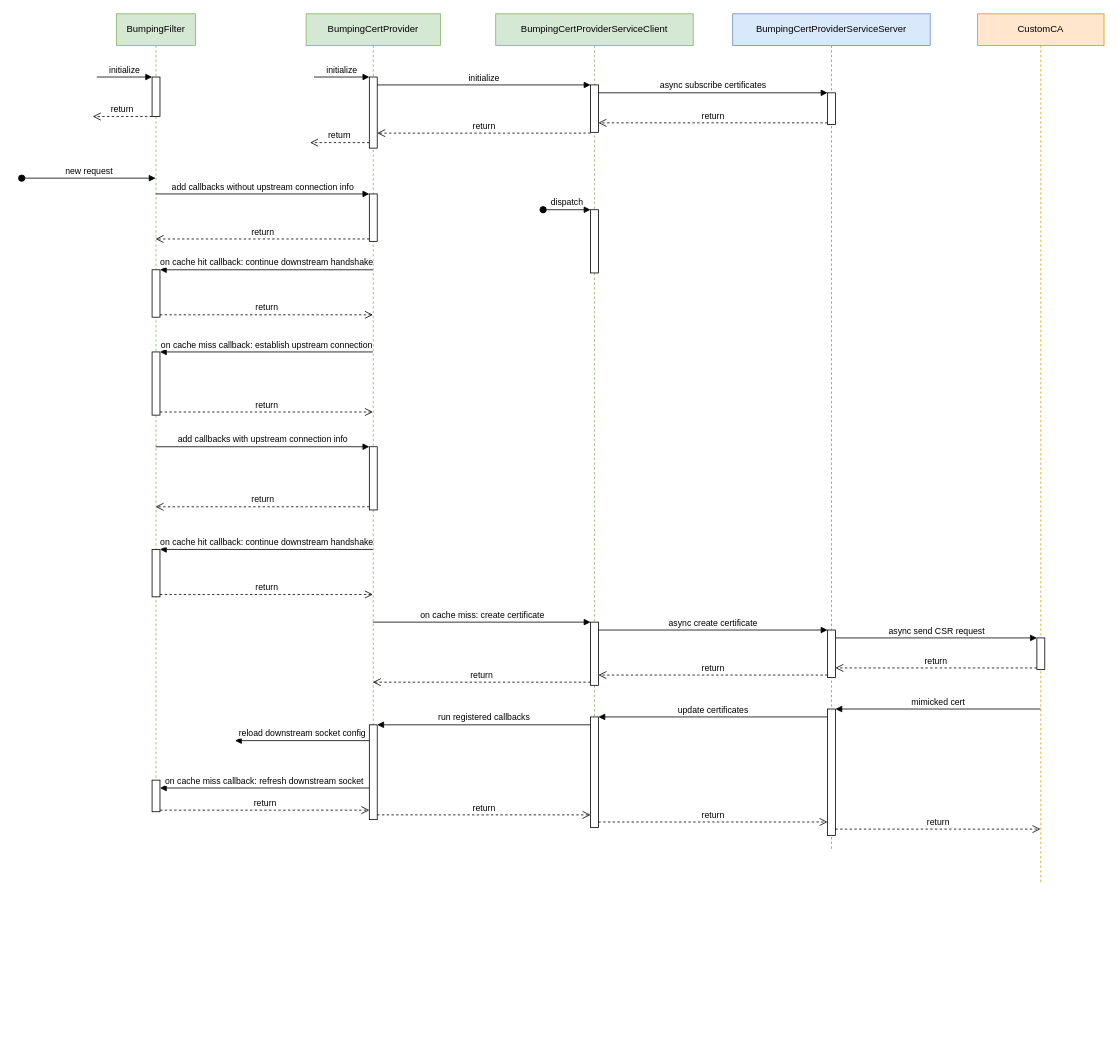
This is bumping cert external provider.drawio from LuyaoZhong/Figures, a draw.io file, before an edit. Source tidied: cells renumbered, new cells numbered last; positions are measured from the earlier drawing's top-left corner, leaving out a move shared by most shapes. Both pictures are drawn from the tidied source at 79%, with x=0, y=0 at pixel (21, 13).
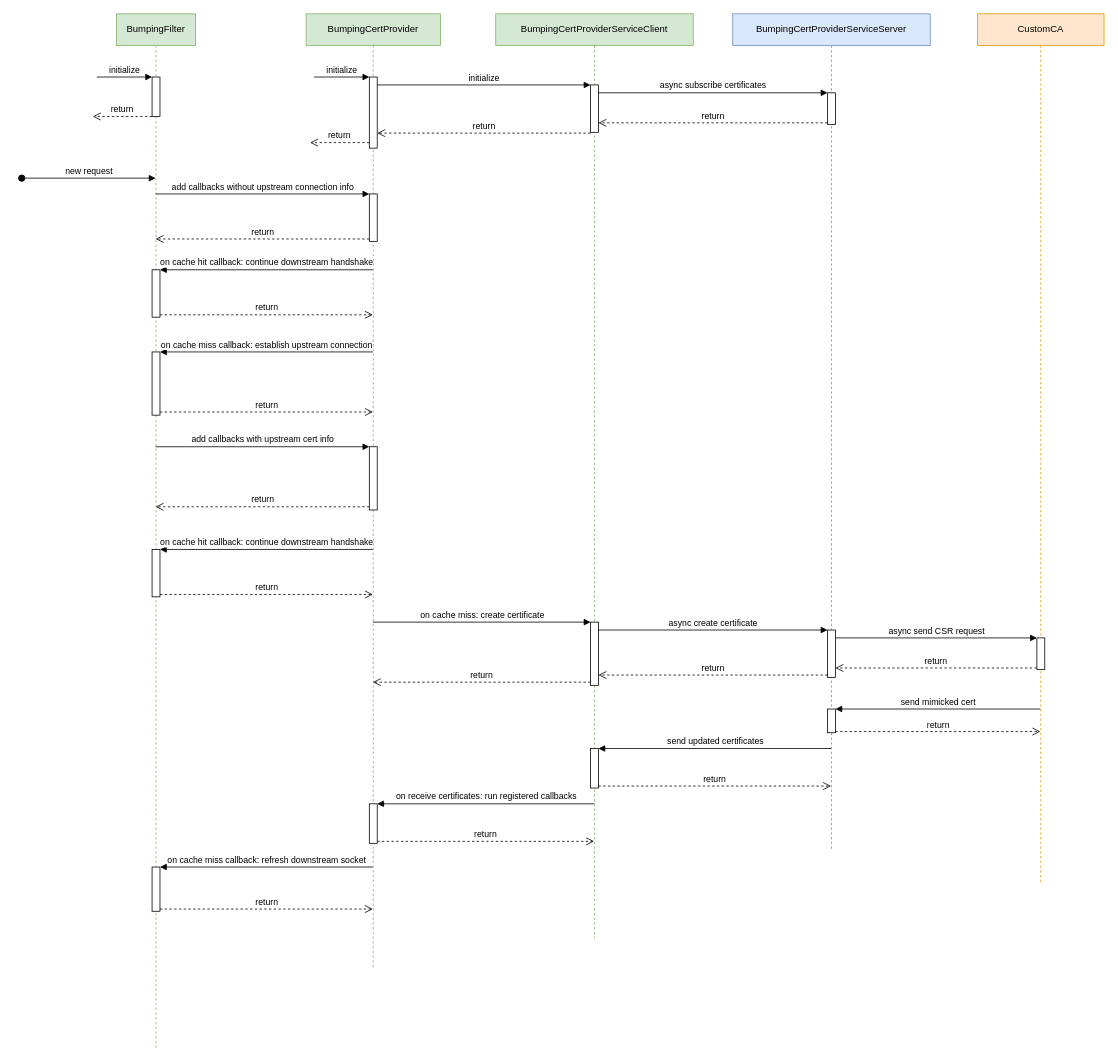
After the change.

The change refers to these unchanged cells:
```xml
<mxCell id="13" style="html=1;points=[];perimeter=orthogonalPerimeter;" parent="11" vertex="1">
  <mxGeometry x="80" y="548" width="10" height="80" as="geometry" />
</mxCell>
<mxCell id="25" value="BumpingCertProviderServiceServer" style="shape=umlLifeline;perimeter=lifelinePerimeter;whiteSpace=wrap;html=1;outlineConnect=0;fillColor=#dae8fc;strokeColor=#6c8ebf;" parent="1" vertex="1">
  <mxGeometry x="900" width="250" height="1060" as="geometry" />
</mxCell>
<mxCell id="29" value="CustomCA" style="shape=umlLifeline;perimeter=lifelinePerimeter;whiteSpace=wrap;html=1;outlineConnect=0;fillColor=#ffe6cc;strokeColor=#d79b00;" parent="1" vertex="1">
  <mxGeometry x="1210" width="160" height="1100" as="geometry" />
</mxCell>
```

Diff of the diagram source:
```diff
@@
     <mxCell id="2" value="BumpingFilter" style="shape=umlLifeline;perimeter=lifelinePerimeter;whiteSpace=wrap;html=1;fillColor=#d5e8d4;strokeColor=#82b366;" parent="1" vertex="1">
-      <mxGeometry x="120" width="100" height="1010" as="geometry" />
+      <mxGeometry x="120" width="100" height="1310" as="geometry" />
     </mxCell>
@@
     <mxCell id="10" style="html=1;points=[];perimeter=orthogonalPerimeter;" parent="2" vertex="1">
-      <mxGeometry x="45" y="970" width="10" height="40" as="geometry" />
+      <mxGeometry x="45" y="1080" width="10" height="56" as="geometry" />
     </mxCell>
+    <mxCell id="55" value="on cache miss callback: refresh downstream socket" style="html=1;verticalAlign=bottom;endArrow=block;rounded=0;" parent="2" edge="1" target="10">
+      <mxGeometry relative="1" as="geometry">
+        <mxPoint x="324.5" y="1080" as="sourcePoint" />
+      </mxGeometry>
+    </mxCell>
+    <mxCell id="56" value="return" style="html=1;verticalAlign=bottom;endArrow=open;dashed=1;endSize=8;exitX=1;exitY=0.95;rounded=0;" parent="2" edge="1" source="10">
+      <mxGeometry relative="1" as="geometry">
+        <mxPoint x="324.5" y="1133.2" as="targetPoint" />
+      </mxGeometry>
+    </mxCell>
     <mxCell id="11" value="BumpingCertProvider" style="shape=umlLifeline;perimeter=lifelinePerimeter;whiteSpace=wrap;html=1;outlineConnect=0;fillColor=#d5e8d4;strokeColor=#82b366;" parent="1" vertex="1">
-      <mxGeometry x="360" width="170" height="1020" as="geometry" />
+      <mxGeometry x="360" width="170" height="1210" as="geometry" />
     </mxCell>
@@
-    <mxCell id="17" style="html=1;points=[];perimeter=orthogonalPerimeter;" parent="11" vertex="1">
-      <mxGeometry x="80" y="900" width="10" height="120" as="geometry" />
-    </mxCell>
-    <mxCell id="18" value="reload downstream socket config" style="html=1;verticalAlign=bottom;endArrow=block;rounded=0;" parent="11" edge="1">
-      <mxGeometry relative="1" as="geometry">
-        <mxPoint x="80" y="920" as="sourcePoint" />
-        <mxPoint x="-90" y="920" as="targetPoint" />
-      </mxGeometry>
-    </mxCell>
     <mxCell id="19" value="BumpingCertProviderServiceClient" style="shape=umlLifeline;perimeter=lifelinePerimeter;whiteSpace=wrap;html=1;outlineConnect=0;fillColor=#d5e8d4;strokeColor=#82b366;" parent="1" vertex="1">
-      <mxGeometry x="600" width="250" height="1030" as="geometry" />
+      <mxGeometry x="600" width="250" height="1170" as="geometry" />
     </mxCell>
-    <mxCell id="20" style="html=1;points=[];perimeter=orthogonalPerimeter;" parent="19" vertex="1">
-      <mxGeometry x="120" y="248" width="10" height="80" as="geometry" />
-    </mxCell>
-    <mxCell id="21" value="dispatch" style="html=1;verticalAlign=bottom;startArrow=oval;endArrow=block;startSize=8;rounded=0;" parent="19" edge="1" target="20">
-      <mxGeometry relative="1" as="geometry">
-        <mxPoint x="60" y="248" as="sourcePoint" />
-      </mxGeometry>
-    </mxCell>
@@
     <mxCell id="24" style="html=1;points=[];perimeter=orthogonalPerimeter;" parent="19" vertex="1">
-      <mxGeometry x="120" y="890" width="10" height="140" as="geometry" />
+      <mxGeometry x="120" y="930" width="10" height="50" as="geometry" />
     </mxCell>
@@
     <mxCell id="28" style="html=1;points=[];perimeter=orthogonalPerimeter;" parent="25" vertex="1">
-      <mxGeometry x="120" y="880" width="10" height="160" as="geometry" />
+      <mxGeometry x="120" y="880" width="10" height="30" as="geometry" />
     </mxCell>
@@
-    <mxCell id="37" value="add callbacks with upstream connection info" style="html=1;verticalAlign=bottom;endArrow=block;entryX=0;entryY=0;rounded=0;" parent="1" edge="1" target="13">
+    <mxCell id="37" value="add callbacks with upstream cert info" style="html=1;verticalAlign=bottom;endArrow=block;entryX=0;entryY=0;rounded=0;" parent="1" edge="1" target="13">
       <mxGeometry relative="1" as="geometry">
         <mxPoint x="169.5" y="548" as="sourcePoint" />
       </mxGeometry>
     </mxCell>
@@
-    <mxCell id="51" value="mimicked cert" style="html=1;verticalAlign=bottom;endArrow=block;entryX=1;entryY=0;rounded=0;" parent="1" edge="1" source="29" target="28">
+    <mxCell id="51" value="send mimicked cert" style="html=1;verticalAlign=bottom;endArrow=block;entryX=1;entryY=0;rounded=0;" parent="1" edge="1" source="29" target="28">
       <mxGeometry relative="1" as="geometry" />
     </mxCell>
@@
-    <mxCell id="53" value="update certificates" style="html=1;verticalAlign=bottom;endArrow=block;entryX=1;entryY=0;rounded=0;" parent="1" edge="1" source="28" target="24">
-      <mxGeometry relative="1" as="geometry" />
+    <mxCell id="53" value="send updated certificates" style="html=1;verticalAlign=bottom;endArrow=block;rounded=0;" parent="1" edge="1" source="25" target="24">
+      <mxGeometry relative="1" as="geometry">
+        <Array as="points">
+          <mxPoint x="960" y="930" />
+        </Array>
+      </mxGeometry>
     </mxCell>
-    <mxCell id="54" value="return" style="html=1;verticalAlign=bottom;endArrow=open;dashed=1;endSize=8;exitX=1;exitY=0.95;rounded=0;" parent="1" edge="1" source="24" target="28">
+    <mxCell id="54" value="return" style="html=1;verticalAlign=bottom;endArrow=open;dashed=1;endSize=8;exitX=1;exitY=0.95;rounded=0;" parent="1" edge="1" source="24" target="25">
       <mxGeometry relative="1" as="geometry" />
     </mxCell>
-    <mxCell id="55" value="on cache miss callback: refresh downstream socket" style="html=1;verticalAlign=bottom;endArrow=block;rounded=0;" parent="1" edge="1" target="10">
-      <mxGeometry relative="1" as="geometry">
-        <mxPoint x="440" y="980" as="sourcePoint" />
-      </mxGeometry>
-    </mxCell>
-    <mxCell id="56" value="return" style="html=1;verticalAlign=bottom;endArrow=open;dashed=1;endSize=8;exitX=1;exitY=0.95;rounded=0;" parent="1" edge="1" source="10">
-      <mxGeometry relative="1" as="geometry">
-        <mxPoint x="440" y="1008" as="targetPoint" />
-      </mxGeometry>
-    </mxCell>
-    <mxCell id="57" value="run registered callbacks" style="html=1;verticalAlign=bottom;endArrow=block;entryX=1;entryY=0;rounded=0;" parent="1" edge="1" source="24" target="17">
+    <mxCell id="57" value="on receive certificates: run registered callbacks" style="html=1;verticalAlign=bottom;endArrow=block;entryX=1;entryY=0;rounded=0;" parent="1" edge="1" source="19" target="17">
       <mxGeometry relative="1" as="geometry" />
     </mxCell>
-    <mxCell id="58" value="return" style="html=1;verticalAlign=bottom;endArrow=open;dashed=1;endSize=8;exitX=1;exitY=0.95;rounded=0;" parent="1" edge="1" source="17" target="24">
+    <mxCell id="58" value="return" style="html=1;verticalAlign=bottom;endArrow=open;dashed=1;endSize=8;exitX=1;exitY=0.95;rounded=0;" parent="1" edge="1" source="17" target="19">
       <mxGeometry relative="1" as="geometry" />
     </mxCell>
+    <mxCell id="17" style="html=1;points=[];perimeter=orthogonalPerimeter;" parent="1" vertex="1">
+      <mxGeometry x="440" y="1000" width="10" height="50" as="geometry" />
+    </mxCell>
```
